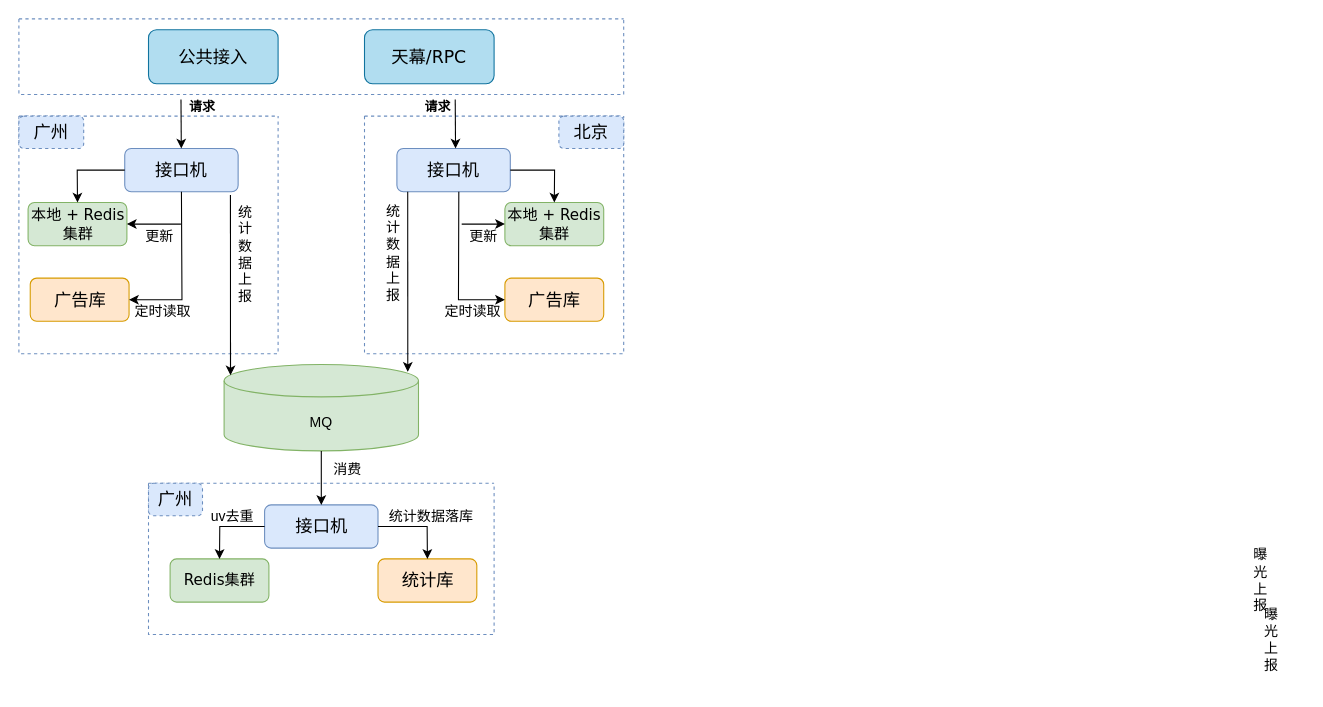
Above: 未命名绘图.drawio in lewiskyo/test_git (draw.io), before the change. Source tidied: cells renumbered, new cells numbered last; positions are measured from the earlier drawing's top-left corner, leaving out a move shared by most shapes. Both pictures are drawn from the tidied source at 108%, with x=0, y=0 at pixel (18, 18).
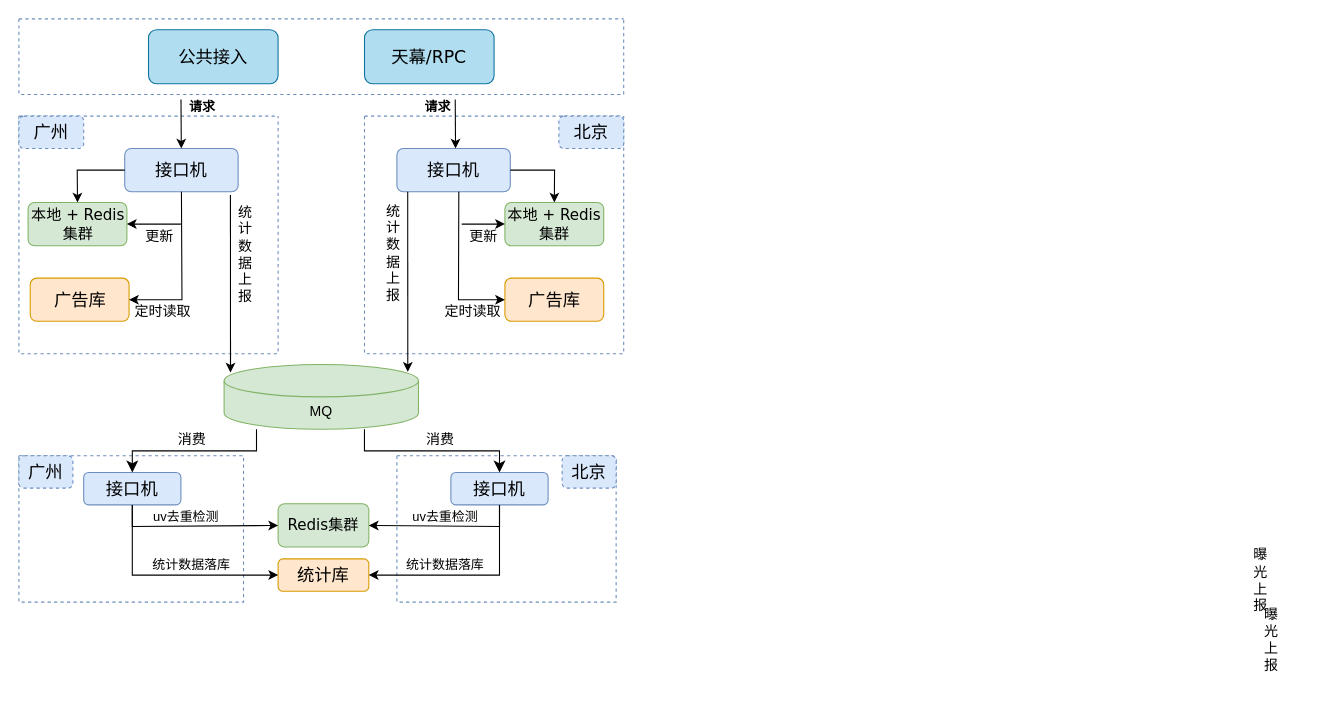
The same page after the edit.

Commit message:
更新未命名绘图.drawio

What changed in the source:
```diff
@@
     <mxCell id="31" value="MQ" style="shape=cylinder3;whiteSpace=wrap;html=1;boundedLbl=1;backgroundOutline=1;size=15;fontSize=13;fillColor=#d5e8d4;strokeColor=#82b366;align=center;" parent="1" vertex="1">
-      <mxGeometry x="190" y="320" width="180" height="80" as="geometry" />
+      <mxGeometry x="190" y="320" width="180" height="60" as="geometry" />
     </mxCell>
     <mxCell id="32" style="swimlane;startSize=0;fontFamily=Verdana;fontSize=13;dashed=1;fillColor=#dae8fc;strokeColor=#6c8ebf;" parent="1" vertex="1">
-      <mxGeometry x="120" y="430" width="320" height="140" as="geometry" />
+      <mxGeometry y="404.5" width="208" height="135.5" as="geometry" />
     </mxCell>
     <mxCell id="33" value="接口机" style="rounded=1;whiteSpace=wrap;html=1;fontFamily=Verdana;fontSize=16;fillColor=#dae8fc;strokeColor=#6c8ebf;" parent="32" vertex="1">
-      <mxGeometry x="107.5" y="20" width="105" height="40" as="geometry" />
+      <mxGeometry x="60" y="15.5" width="90" height="30" as="geometry" />
     </mxCell>
-    <mxCell id="34" value="Redis集群" style="rounded=1;whiteSpace=wrap;html=1;fontFamily=Verdana;fontSize=14;fillColor=#d5e8d4;strokeColor=#82b366;" parent="32" vertex="1">
-      <mxGeometry x="20" y="70" width="91.5" height="40" as="geometry" />
-    </mxCell>
-    <mxCell id="35" style="endArrow=classic;html=1;rounded=0;fontSize=13;exitX=0;exitY=0.5;exitDx=0;exitDy=0;entryX=0.5;entryY=0;entryDx=0;entryDy=0;" parent="32" edge="1" source="33" target="34">
-      <mxGeometry relative="1" as="geometry">
-        <Array as="points">
-          <mxPoint x="66" y="40" />
-        </Array>
-      </mxGeometry>
-    </mxCell>
+    <mxCell id="40" value="广州" style="rounded=1;whiteSpace=wrap;html=1;dashed=1;fontFamily=Verdana;fontSize=16;fillColor=#dae8fc;strokeColor=#6c8ebf;" parent="32" vertex="1">
+      <mxGeometry width="50" height="30" as="geometry" />
+    </mxCell>
-    <mxCell id="36" value="uv去重" style="text;html=1;strokeColor=none;fillColor=none;align=center;verticalAlign=middle;whiteSpace=wrap;rounded=0;fontSize=13;" parent="32" vertex="1">
-      <mxGeometry x="47.5" y="15" width="60" height="30" as="geometry" />
+    <mxCell id="36" value="&lt;font style=&quot;font-size: 12px;&quot;&gt;uv去重检测&lt;/font&gt;" style="text;html=1;strokeColor=none;fillColor=none;align=center;verticalAlign=middle;whiteSpace=wrap;rounded=0;fontSize=13;" parent="32" vertex="1">
+      <mxGeometry x="120" y="40.5" width="70" height="30" as="geometry" />
     </mxCell>
-    <mxCell id="37" value="统计库" style="rounded=1;whiteSpace=wrap;html=1;fontFamily=Verdana;fontSize=16;fillColor=#ffe6cc;strokeColor=#d79b00;" parent="32" vertex="1">
-      <mxGeometry x="212.5" y="70" width="91.5" height="40" as="geometry" />
-    </mxCell>
-    <mxCell id="38" style="endArrow=classic;html=1;rounded=0;fontSize=13;exitX=1;exitY=0.5;exitDx=0;exitDy=0;entryX=0.5;entryY=0;entryDx=0;entryDy=0;" parent="32" edge="1" source="33" target="37">
-      <mxGeometry relative="1" as="geometry">
-        <Array as="points">
-          <mxPoint x="258" y="40" />
-        </Array>
-      </mxGeometry>
-    </mxCell>
-    <mxCell id="39" value="统计数据落库" style="text;html=1;strokeColor=none;fillColor=none;align=center;verticalAlign=middle;whiteSpace=wrap;rounded=0;fontSize=13;" parent="32" vertex="1">
-      <mxGeometry x="214" y="15" width="96" height="30" as="geometry" />
+    <mxCell id="39" value="&lt;font style=&quot;font-size: 12px;&quot;&gt;统计数据落库&lt;/font&gt;" style="text;html=1;strokeColor=none;fillColor=none;align=center;verticalAlign=middle;whiteSpace=wrap;rounded=0;fontSize=13;" parent="32" vertex="1">
+      <mxGeometry x="112" y="85.5" width="96" height="30" as="geometry" />
     </mxCell>
-    <mxCell id="40" value="广州" style="rounded=1;whiteSpace=wrap;html=1;dashed=1;fontFamily=Verdana;fontSize=16;fillColor=#dae8fc;strokeColor=#6c8ebf;" parent="32" vertex="1">
-      <mxGeometry width="50" height="30" as="geometry" />
-    </mxCell>
-    <mxCell id="41" style="endArrow=classic;html=1;rounded=0;fontSize=13;exitX=0.5;exitY=1;exitDx=0;exitDy=0;exitPerimeter=0;entryX=0.5;entryY=0;entryDx=0;entryDy=0;" parent="1" edge="1" source="31" target="33">
-      <mxGeometry relative="1" as="geometry" />
-    </mxCell>
     <mxCell id="42" value="&lt;span style=&quot;font-size: 13px;&quot;&gt;消费&lt;/span&gt;" style="text;strokeColor=none;fillColor=none;html=1;fontSize=16;fontStyle=0;verticalAlign=middle;align=center;fontFamily=Verdana;" parent="1" vertex="1">
-      <mxGeometry x="284" y="386" width="40" height="59" as="geometry" />
+      <mxGeometry x="140" y="358" width="40" height="59" as="geometry" />
     </mxCell>
@@
+    <mxCell id="37" value="统计库" style="rounded=1;whiteSpace=wrap;html=1;fontFamily=Verdana;fontSize=16;fillColor=#ffe6cc;strokeColor=#d79b00;" parent="1" vertex="1">
+      <mxGeometry x="240" y="500" width="84" height="30" as="geometry" />
+    </mxCell>
+    <mxCell id="34" value="Redis集群" style="rounded=1;whiteSpace=wrap;html=1;fontFamily=Verdana;fontSize=14;fillColor=#d5e8d4;strokeColor=#82b366;" parent="1" vertex="1">
+      <mxGeometry x="240" y="449" width="84" height="40" as="geometry" />
+    </mxCell>
+    <mxCell id="35" style="endArrow=classic;html=1;rounded=0;exitX=0.5;exitY=1;exitDx=0;exitDy=0;entryX=0;entryY=0.5;entryDx=0;entryDy=0;" parent="1" edge="1" source="33" target="34">
+      <mxGeometry relative="1" as="geometry">
+        <Array as="points">
+          <mxPoint x="105" y="470" />
+        </Array>
+      </mxGeometry>
+    </mxCell>
+    <mxCell id="38" style="endArrow=classic;html=1;rounded=0;exitX=0.5;exitY=1;exitDx=0;exitDy=0;entryX=0;entryY=0.5;entryDx=0;entryDy=0;" parent="1" edge="1" source="33" target="37">
+      <mxGeometry relative="1" as="geometry">
+        <Array as="points">
+          <mxPoint x="105" y="515" />
+        </Array>
+      </mxGeometry>
+    </mxCell>
+    <mxCell id="47" style="edgeStyle=elbowEdgeStyle;elbow=vertical;endArrow=classic;html=1;curved=0;rounded=0;endSize=8;startSize=8;fontSize=12;" parent="1" edge="1" target="33">
+      <mxGeometry relative="1" as="geometry">
+        <mxPoint x="220" y="380" as="sourcePoint" />
+      </mxGeometry>
+    </mxCell>
+    <mxCell id="48" style="swimlane;startSize=0;fontFamily=Verdana;fontSize=13;dashed=1;fillColor=#dae8fc;strokeColor=#6c8ebf;" parent="1" vertex="1">
+      <mxGeometry x="350" y="404.5" width="203" height="135.5" as="geometry" />
+    </mxCell>
+    <mxCell id="49" value="接口机" style="rounded=1;whiteSpace=wrap;html=1;fontFamily=Verdana;fontSize=16;fillColor=#dae8fc;strokeColor=#6c8ebf;" parent="48" vertex="1">
+      <mxGeometry x="50" y="15.5" width="90" height="30" as="geometry" />
+    </mxCell>
+    <mxCell id="50" value="北京" style="rounded=1;whiteSpace=wrap;html=1;dashed=1;fontFamily=Verdana;fontSize=16;fillColor=#dae8fc;strokeColor=#6c8ebf;" parent="48" vertex="1">
+      <mxGeometry x="153" width="50" height="30" as="geometry" />
+    </mxCell>
+    <mxCell id="51" value="&lt;font style=&quot;font-size: 12px;&quot;&gt;uv去重检测&lt;/font&gt;" style="text;html=1;strokeColor=none;fillColor=none;align=center;verticalAlign=middle;whiteSpace=wrap;rounded=0;fontSize=13;" parent="48" vertex="1">
+      <mxGeometry x="10" y="40.5" width="70" height="30" as="geometry" />
+    </mxCell>
+    <mxCell id="52" value="&lt;font style=&quot;font-size: 12px;&quot;&gt;统计数据落库&lt;/font&gt;" style="text;html=1;strokeColor=none;fillColor=none;align=center;verticalAlign=middle;whiteSpace=wrap;rounded=0;fontSize=13;" parent="48" vertex="1">
+      <mxGeometry x="-3" y="85.5" width="96" height="30" as="geometry" />
+    </mxCell>
+    <mxCell id="53" style="endArrow=classic;html=1;rounded=0;fontSize=12;exitX=0.5;exitY=1;exitDx=0;exitDy=0;entryX=1;entryY=0.5;entryDx=0;entryDy=0;" parent="1" edge="1" source="49" target="34">
+      <mxGeometry relative="1" as="geometry">
+        <Array as="points">
+          <mxPoint x="445" y="470" />
+        </Array>
+      </mxGeometry>
+    </mxCell>
+    <mxCell id="54" style="endArrow=classic;html=1;rounded=0;fontSize=12;exitX=0.5;exitY=1;exitDx=0;exitDy=0;entryX=1;entryY=0.5;entryDx=0;entryDy=0;" parent="1" edge="1" source="49" target="37">
+      <mxGeometry relative="1" as="geometry">
+        <Array as="points">
+          <mxPoint x="445" y="515" />
+        </Array>
+      </mxGeometry>
+    </mxCell>
+    <mxCell id="55" style="edgeStyle=elbowEdgeStyle;elbow=vertical;endArrow=classic;html=1;curved=0;rounded=0;endSize=8;startSize=8;fontSize=12;entryX=0.5;entryY=0;entryDx=0;entryDy=0;exitX=0.722;exitY=1;exitDx=0;exitDy=0;exitPerimeter=0;" parent="1" edge="1" source="31" target="49">
+      <mxGeometry relative="1" as="geometry" />
+    </mxCell>
+    <mxCell id="56" value="&lt;span style=&quot;font-size: 13px;&quot;&gt;消费&lt;/span&gt;" style="text;strokeColor=none;fillColor=none;html=1;fontSize=16;fontStyle=0;verticalAlign=middle;align=center;fontFamily=Verdana;" parent="1" vertex="1">
+      <mxGeometry x="370" y="358" width="40" height="59" as="geometry" />
+    </mxCell>
```
